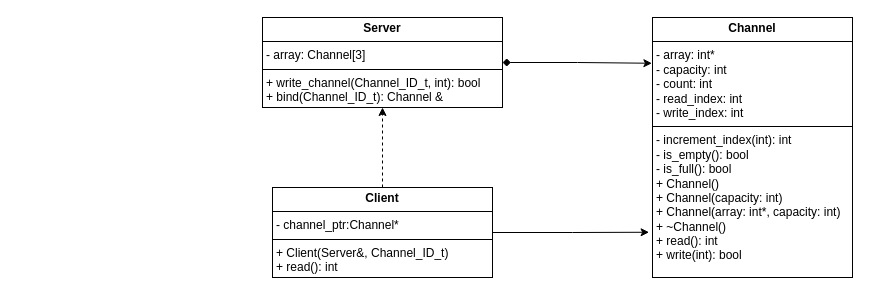
Before: Server_Client_Channel/Diagram/Untitled Diagram.drawio in ibrahim136/CPP_Lab, a draw.io diagram. Source tidied: cells renumbered, new cells numbered last; positions are measured from the earlier drawing's top-left corner, leaving out a move shared by most shapes. Both pictures are drawn from the tidied source at 100%, with x=0, y=0 at pixel (262, 17).
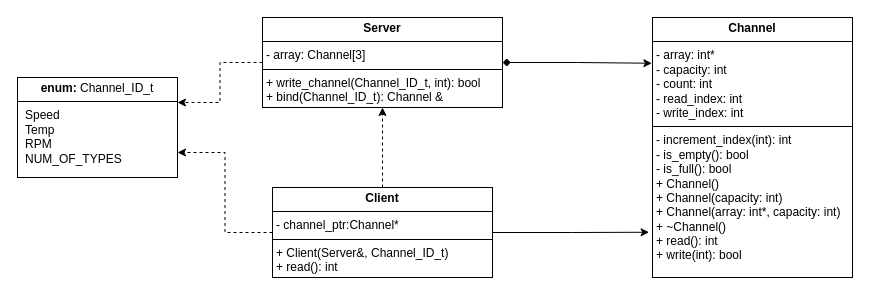
After the change.

Commit message (it also covers changes not shown here):
Refining Diagram

The edit, as a diff of the source:
```diff
@@
 <mxGraphModel>
   <root>
     <mxCell id="0" />
     <mxCell id="1" parent="0" />
+    <mxCell id="8" style="edgeStyle=orthogonalEdgeStyle;rounded=0;jettySize=auto;html=1;exitX=0;exitY=0.5;exitDx=0;exitDy=0;entryX=1;entryY=0.25;entryDx=0;entryDy=0;defaultLabelBackgroundColor=page;dashed=1;" parent="1" edge="1" source="2" target="10">
+      <mxGeometry relative="1" as="geometry" />
+    </mxCell>
     <mxCell id="2" value="&lt;p style=&quot;margin:0px;margin-top:4px;text-align:center;&quot;&gt;&lt;b&gt;Server&lt;/b&gt;&lt;/p&gt;&lt;hr size=&quot;1&quot; style=&quot;border-style:solid;&quot;&gt;&lt;p style=&quot;margin:0px;margin-left:4px;&quot;&gt;- array: Channel[3]&lt;/p&gt;&lt;hr size=&quot;1&quot; style=&quot;border-style:solid;&quot;&gt;&lt;p style=&quot;margin:0px;margin-left:4px;&quot;&gt;+ write_channel(Channel_ID_t, int): bool&lt;/p&gt;&lt;p style=&quot;margin:0px;margin-left:4px;&quot;&gt;+ bind(Channel_ID_t): Channel &amp;amp;&lt;/p&gt;" style="verticalAlign=top;align=left;overflow=fill;html=1;whiteSpace=wrap;" parent="1" vertex="1">
       <mxGeometry width="240" height="90" as="geometry" />
     </mxCell>
     <mxCell id="3" style="edgeStyle=orthogonalEdgeStyle;rounded=0;jettySize=auto;html=1;exitX=0.5;exitY=0;exitDx=0;exitDy=0;entryX=0.5;entryY=1;entryDx=0;entryDy=0;defaultLabelBackgroundColor=page;dashed=1;" parent="1" edge="1" source="4" target="2">
       <mxGeometry relative="1" as="geometry" />
     </mxCell>
+    <mxCell id="9" style="edgeStyle=orthogonalEdgeStyle;rounded=0;jettySize=auto;html=1;exitX=0;exitY=0.5;exitDx=0;exitDy=0;entryX=1;entryY=0.75;entryDx=0;entryDy=0;defaultLabelBackgroundColor=page;dashed=1;" parent="1" edge="1" source="4" target="10">
+      <mxGeometry relative="1" as="geometry" />
+    </mxCell>
     <mxCell id="4" value="&lt;p style=&quot;margin:0px;margin-top:4px;text-align:center;&quot;&gt;&lt;b&gt;Client&lt;/b&gt;&lt;/p&gt;&lt;hr size=&quot;1&quot; style=&quot;border-style:solid;&quot;&gt;&lt;p style=&quot;margin:0px;margin-left:4px;&quot;&gt;- channel_ptr:Channel*&lt;/p&gt;&lt;hr size=&quot;1&quot; style=&quot;border-style:solid;&quot;&gt;&lt;p style=&quot;margin:0px;margin-left:4px;&quot;&gt;+ Client(Server&amp;amp;, Channel_ID_t)&lt;/p&gt;&lt;p style=&quot;margin:0px;margin-left:4px;&quot;&gt;+ read(): int&lt;/p&gt;" style="verticalAlign=top;align=left;overflow=fill;html=1;whiteSpace=wrap;" parent="1" vertex="1">
       <mxGeometry x="10" y="170" width="220" height="90" as="geometry" />
     </mxCell>
     <mxCell id="5" value="&lt;p style=&quot;margin:0px;margin-top:4px;text-align:center;&quot;&gt;&lt;b&gt;Channel&lt;/b&gt;&lt;/p&gt;&lt;hr size=&quot;1&quot; style=&quot;border-style:solid;&quot;&gt;&lt;p style=&quot;margin:0px;margin-left:4px;&quot;&gt;- array: int*&lt;/p&gt;&lt;p style=&quot;margin:0px;margin-left:4px;&quot;&gt;- capacity: int&lt;/p&gt;&lt;p style=&quot;margin:0px;margin-left:4px;&quot;&gt;- count: int&lt;/p&gt;&lt;p style=&quot;margin:0px;margin-left:4px;&quot;&gt;- read_index: int&lt;/p&gt;&lt;p style=&quot;margin:0px;margin-left:4px;&quot;&gt;- write_index: int&lt;/p&gt;&lt;hr size=&quot;1&quot; style=&quot;border-style:solid;&quot;&gt;&lt;p style=&quot;margin:0px;margin-left:4px;&quot;&gt;- increment_index(int): int&lt;/p&gt;&lt;p style=&quot;margin:0px;margin-left:4px;&quot;&gt;- is_empty(): bool&lt;/p&gt;&lt;p style=&quot;margin:0px;margin-left:4px;&quot;&gt;- is_full(): bool&lt;/p&gt;&lt;p style=&quot;margin:0px;margin-left:4px;&quot;&gt;+ Channel()&lt;/p&gt;&lt;p style=&quot;margin:0px;margin-left:4px;&quot;&gt;+&amp;nbsp;Channel(capacity: int)&lt;/p&gt;&lt;p style=&quot;margin:0px;margin-left:4px;&quot;&gt;+&amp;nbsp;Channel(array: int*, capacity: int)&lt;/p&gt;&lt;p style=&quot;margin:0px;margin-left:4px;&quot;&gt;+ ~Channel()&lt;/p&gt;&lt;p style=&quot;margin:0px;margin-left:4px;&quot;&gt;+ read(): int&lt;/p&gt;&lt;p style=&quot;margin:0px;margin-left:4px;&quot;&gt;+ write(int): bool&lt;/p&gt;" style="verticalAlign=top;align=left;overflow=fill;html=1;whiteSpace=wrap;" parent="1" vertex="1">
       <mxGeometry x="390" width="200" height="260" as="geometry" />
     </mxCell>
     <mxCell id="6" style="edgeStyle=orthogonalEdgeStyle;rounded=0;jettySize=auto;html=1;exitX=1;exitY=0.5;exitDx=0;exitDy=0;entryX=-0.003;entryY=0.176;entryDx=0;entryDy=0;entryPerimeter=0;defaultLabelBackgroundColor=page;startArrow=diamond;startFill=1;" parent="1" edge="1" source="2" target="5">
       <mxGeometry relative="1" as="geometry" />
     </mxCell>
     <mxCell id="7" style="edgeStyle=orthogonalEdgeStyle;rounded=0;jettySize=auto;html=1;exitX=1;exitY=0.5;exitDx=0;exitDy=0;entryX=-0.017;entryY=0.826;entryDx=0;entryDy=0;entryPerimeter=0;defaultLabelBackgroundColor=page;" parent="1" edge="1" source="4" target="5">
       <mxGeometry relative="1" as="geometry" />
     </mxCell>
+    <mxCell id="10" value="&lt;p style=&quot;margin: 4px 0px 0px; text-align: center;&quot;&gt;&lt;b style=&quot;&quot;&gt;enum:&amp;nbsp;&lt;/b&gt;&lt;span style=&quot;background-color: transparent; color: light-dark(#000000, var(--ge-light-color, #ffffff)); text-align: left;&quot;&gt;Channel_ID_t&lt;/span&gt;&lt;/p&gt;&lt;hr size=&quot;1&quot; style=&quot;border-style:solid;&quot;&gt;&lt;p style=&quot;margin:0px;margin-left:8px;&quot;&gt;Speed&lt;br&gt;Temp&lt;br&gt;RPM&lt;br&gt;NUM_OF_TYPES&lt;/p&gt;" style="verticalAlign=top;align=left;overflow=fill;html=1;whiteSpace=wrap;" parent="1" vertex="1">
+      <mxGeometry x="-245" y="60" width="160" height="100" as="geometry" />
+    </mxCell>
   </root>
 </mxGraphModel>
```
